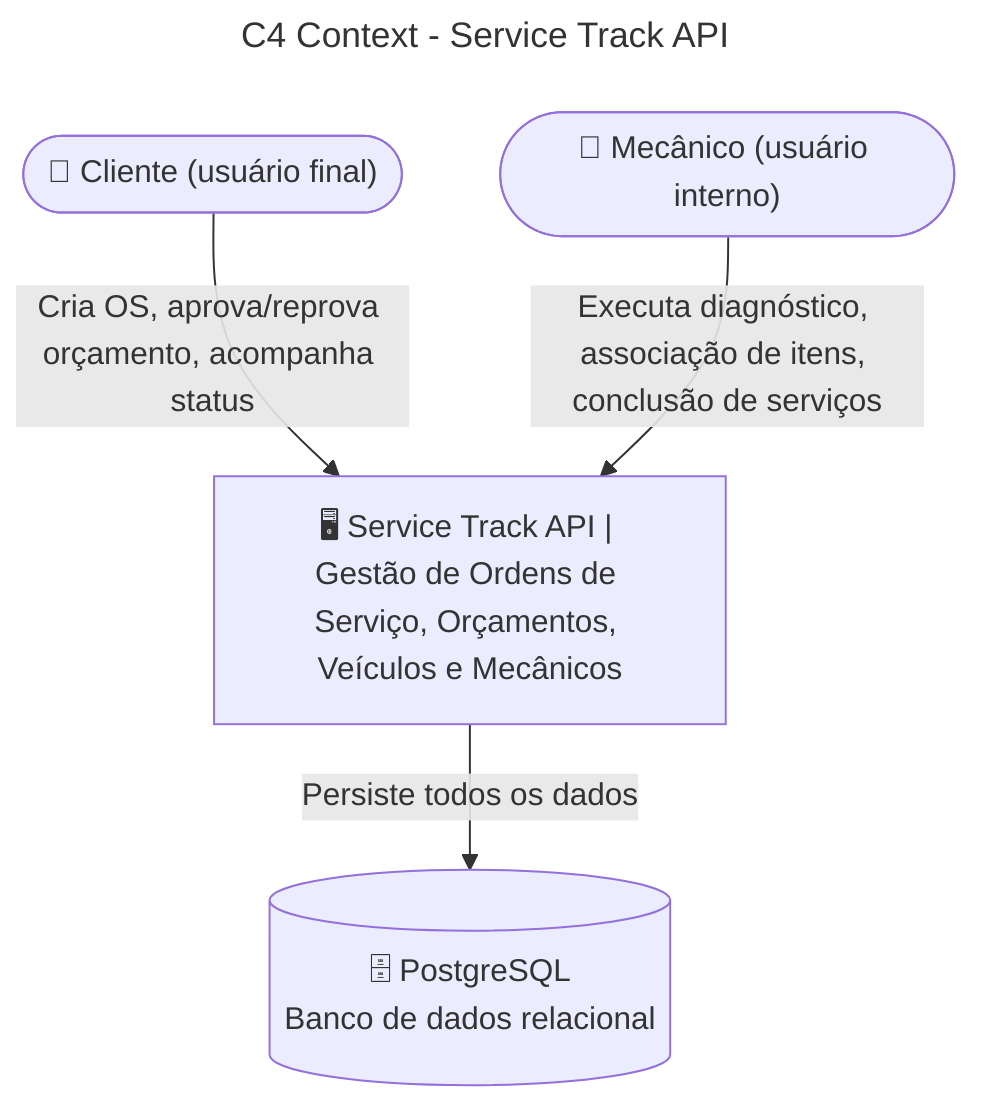
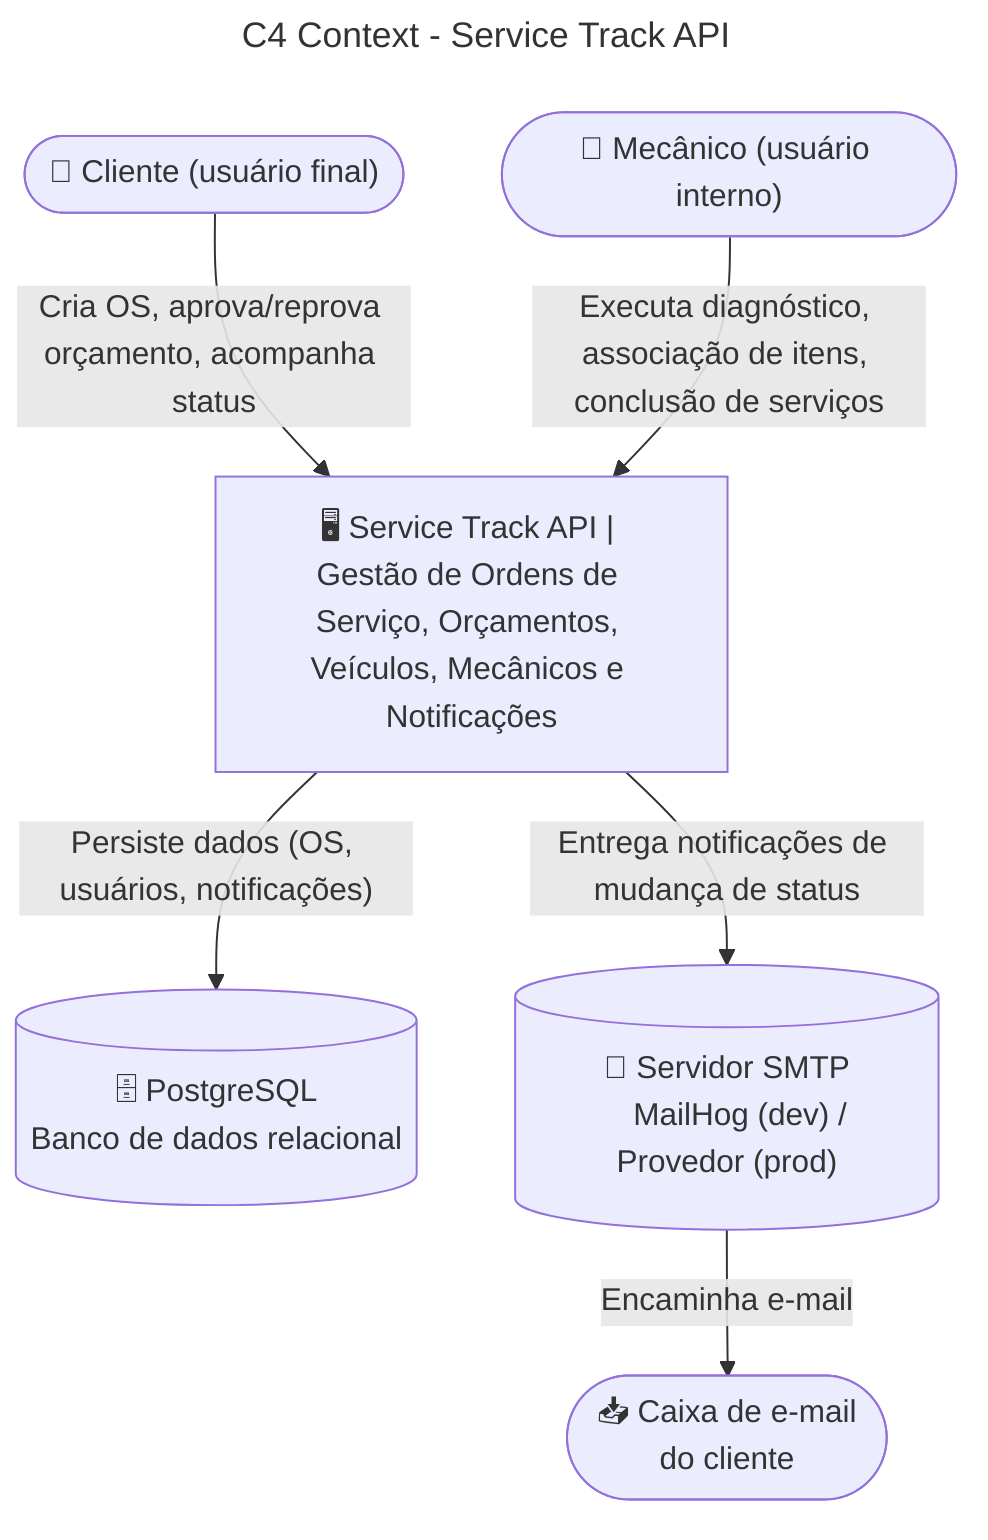
---
title: C4 Context - Service Track API
---
flowchart TD
    Cliente(["👤 Cliente (usuário final)"])
    Mecanico(["🔧 Mecânico (usuário interno)"])

-     ST["🖥️ Service Track API | Gestão de Ordens de Serviço, Orçamentos, Veículos e Mecânicos"]
+     ST["🖥️ Service Track API | Gestão de Ordens de Serviço, Orçamentos, Veículos, Mecânicos e Notificações"]

    DB[("🗄️ PostgreSQL
    Banco de dados relacional")]

+     SMTP[("📮 Servidor SMTP
+     MailHog (dev) / Provedor (prod)")]
+ 
+     InboxCliente(["📥 Caixa de e-mail
+     do cliente"])
+ 
    Cliente -->|"Cria OS, aprova/reprova orçamento, acompanha status"| ST
    Mecanico -->|"Executa diagnóstico, associação de itens, conclusão de serviços"| ST
-     ST -->|"Persiste todos os dados"| DB
+     ST -->|"Persiste dados (OS, usuários, notificações)"| DB
+     ST -->|"Entrega notificações de mudança de status"| SMTP
+     SMTP -->|"Encaminha e-mail"| InboxCliente
